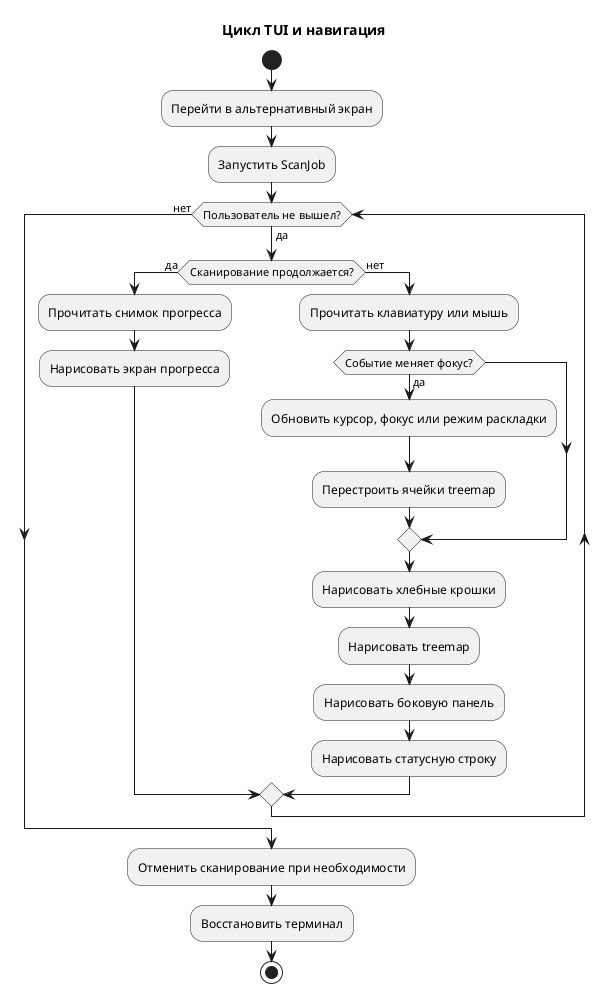
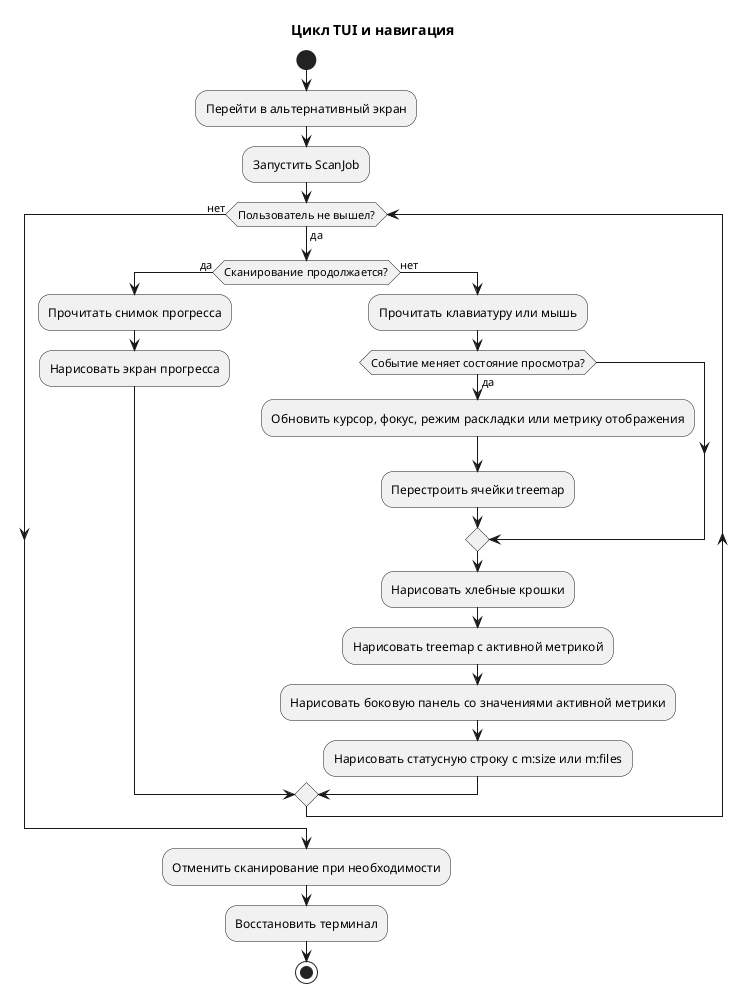
@startuml
title Цикл TUI и навигация

start
:Перейти в альтернативный экран;
:Запустить ScanJob;

while (Пользователь не вышел?) is (да)
  if (Сканирование продолжается?) then (да)
    :Прочитать снимок прогресса;
    :Нарисовать экран прогресса;
  else (нет)
    :Прочитать клавиатуру или мышь;
-     if (Событие меняет фокус?) then (да)
-       :Обновить курсор, фокус или режим раскладки;
+     if (Событие меняет состояние просмотра?) then (да)
+       :Обновить курсор, фокус, режим раскладки или метрику отображения;
      :Перестроить ячейки treemap;
    endif
    :Нарисовать хлебные крошки;
-     :Нарисовать treemap;
-     :Нарисовать боковую панель;
-     :Нарисовать статусную строку;
+     :Нарисовать treemap с активной метрикой;
+     :Нарисовать боковую панель со значениями активной метрики;
+     :Нарисовать статусную строку с m:size или m:files;
  endif
endwhile (нет)

:Отменить сканирование при необходимости;
:Восстановить терминал;
stop

@enduml
